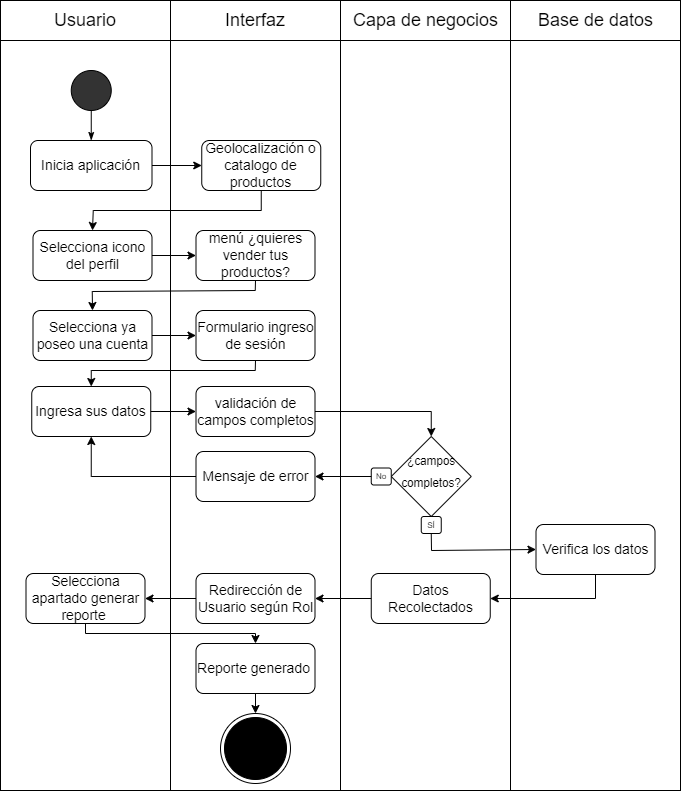
Above: Fase 2/Evidencias Proyecto/Evidencias de documentación/Diagramas/3) Diagrama de Actividad/33) Creacion de reportes inteligentes .png in SoyElMato1/Grupo4-GreenMarket (draw.io), before the change. Source tidied: cells renumbered, new cells last; positions are measured from the earlier drawing's top-left corner, leaving out a move shared by most shapes.
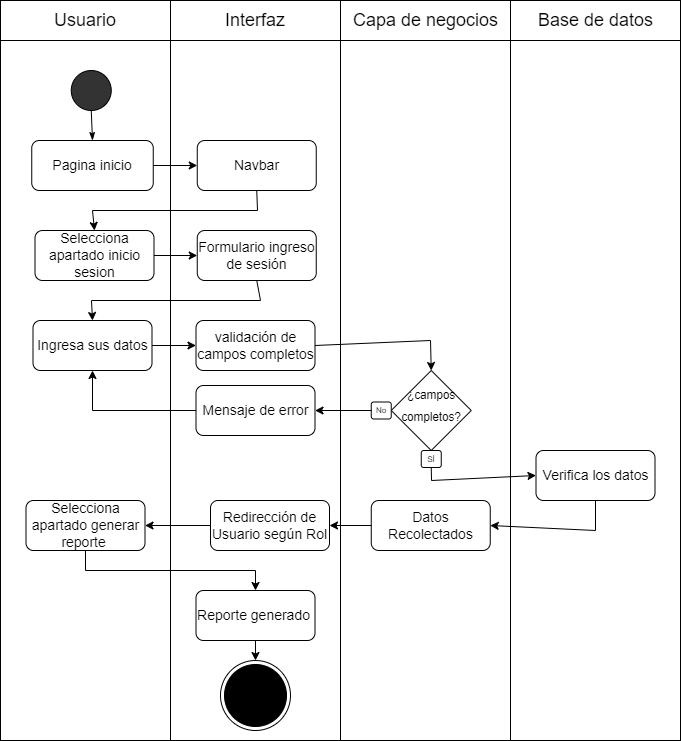
The same file after the commit.

Change to the diagram source:
```diff
@@ -42,68 +42,28 @@
       <mxGeometry x="7.5" y="5" width="155" height="30" as="geometry" />
     </mxCell>
     <mxCell id="15" style="rounded=0;whiteSpace=wrap;html=1;" parent="1" vertex="1">
-      <mxGeometry y="40" width="170" height="750" as="geometry" />
+      <mxGeometry y="40" width="170" height="700" as="geometry" />
     </mxCell>
     <mxCell id="16" style="rounded=0;whiteSpace=wrap;html=1;" parent="1" vertex="1">
-      <mxGeometry x="170" y="40" width="170" height="750" as="geometry" />
+      <mxGeometry x="170" y="40" width="170" height="700" as="geometry" />
     </mxCell>
     <mxCell id="17" style="rounded=0;whiteSpace=wrap;html=1;" parent="1" vertex="1">
-      <mxGeometry x="340" y="40" width="170" height="750" as="geometry" />
+      <mxGeometry x="340" y="40" width="170" height="700" as="geometry" />
     </mxCell>
     <mxCell id="18" style="rounded=0;whiteSpace=wrap;html=1;" parent="1" vertex="1">
-      <mxGeometry x="510" y="40" width="170" height="750" as="geometry" />
+      <mxGeometry x="510" y="40" width="170" height="700" as="geometry" />
     </mxCell>
     <mxCell id="19" style="ellipse;whiteSpace=wrap;html=1;fontSize=18;fillColor=#333333;" parent="1" vertex="1">
       <mxGeometry x="70.8" y="70" width="40" height="40" as="geometry" />
     </mxCell>
-    <mxCell id="20" value="Inicia aplicación" style="rounded=1;whiteSpace=wrap;html=1;fontSize=14;" parent="1" vertex="1">
-      <mxGeometry x="30" y="140" width="121.5" height="50" as="geometry" />
-    </mxCell>
-    <mxCell id="21" style="endArrow=none;html=1;rounded=0;fontSize=18;entryX=0.5;entryY=1;entryDx=0;entryDy=0;exitX=0.5;exitY=0;exitDx=0;exitDy=0;startArrow=classicThin;startFill=1;" parent="1" edge="1" source="20" target="19">
+    <mxCell id="21" style="endArrow=none;html=1;rounded=0;fontSize=18;entryX=0.5;entryY=1;entryDx=0;entryDy=0;exitX=0.5;exitY=0;exitDx=0;exitDy=0;startArrow=classicThin;startFill=1;" parent="1" edge="1" source="56" target="19">
       <mxGeometry relative="1" as="geometry" />
     </mxCell>
-    <mxCell id="22" value="Geolocalización o catalogo de productos" style="rounded=1;whiteSpace=wrap;html=1;fontSize=14;" parent="1" vertex="1">
-      <mxGeometry x="201.2" y="140" width="119" height="50" as="geometry" />
-    </mxCell>
-    <mxCell id="23" style="endArrow=classic;html=1;rounded=0;exitX=1;exitY=0.5;exitDx=0;exitDy=0;entryX=0;entryY=0.5;entryDx=0;entryDy=0;" parent="1" edge="1" source="20" target="22">
-      <mxGeometry relative="1" as="geometry" />
-    </mxCell>
-    <mxCell id="24" value="Selecciona icono del perfil" style="rounded=1;whiteSpace=wrap;html=1;fontSize=14;" parent="1" vertex="1">
-      <mxGeometry x="32.5" y="230" width="119" height="50" as="geometry" />
-    </mxCell>
-    <mxCell id="25" style="endArrow=classic;html=1;rounded=0;entryX=0.5;entryY=0;entryDx=0;entryDy=0;exitX=0.5;exitY=1;exitDx=0;exitDy=0;" parent="1" edge="1" source="22" target="24">
-      <mxGeometry relative="1" as="geometry">
-        <Array as="points">
-          <mxPoint x="260.8" y="210" />
-          <mxPoint x="92.8" y="210" />
-        </Array>
-      </mxGeometry>
-    </mxCell>
-    <mxCell id="26" value="menú ¿quieres vender tus productos?" style="rounded=1;whiteSpace=wrap;html=1;fontSize=14;" parent="1" vertex="1">
-      <mxGeometry x="195.5" y="230" width="119" height="50" as="geometry" />
-    </mxCell>
-    <mxCell id="27" style="endArrow=classic;html=1;rounded=0;exitX=1;exitY=0.5;exitDx=0;exitDy=0;entryX=0;entryY=0.5;entryDx=0;entryDy=0;" parent="1" edge="1" source="24" target="26">
-      <mxGeometry relative="1" as="geometry" />
-    </mxCell>
-    <mxCell id="28" value="Selecciona ya poseo una cuenta" style="rounded=1;whiteSpace=wrap;html=1;fontSize=14;" parent="1" vertex="1">
-      <mxGeometry x="32.5" y="310" width="119" height="50" as="geometry" />
-    </mxCell>
-    <mxCell id="29" style="endArrow=classic;html=1;rounded=0;entryX=0.5;entryY=0;entryDx=0;entryDy=0;exitX=0.5;exitY=1;exitDx=0;exitDy=0;" parent="1" edge="1" source="26" target="28">
-      <mxGeometry relative="1" as="geometry">
-        <Array as="points">
-          <mxPoint x="254.8" y="290" />
-          <mxPoint x="91.8" y="291" />
-        </Array>
-      </mxGeometry>
-    </mxCell>
     <mxCell id="30" value="Formulario ingreso de sesión" style="rounded=1;whiteSpace=wrap;html=1;fontSize=14;" parent="1" vertex="1">
-      <mxGeometry x="195.5" y="310" width="119" height="50" as="geometry" />
+      <mxGeometry x="196.8" y="230" width="119" height="50" as="geometry" />
     </mxCell>
-    <mxCell id="31" style="endArrow=classic;html=1;rounded=0;exitX=1;exitY=0.5;exitDx=0;exitDy=0;entryX=0;entryY=0.5;entryDx=0;entryDy=0;" parent="1" edge="1" source="28" target="30">
-      <mxGeometry relative="1" as="geometry" />
-    </mxCell>
     <mxCell id="32" style="group;" parent="1" vertex="1">
-      <mxGeometry x="370.8" y="436" width="100" height="97" as="geometry" />
+      <mxGeometry x="370.8" y="370" width="100" height="97" as="geometry" />
     </mxCell>
     <mxCell id="33" value="&lt;font style=&quot;line-height: 0; font-size: 14px;&quot;&gt;&lt;sup style=&quot;&quot;&gt;¿campos completos?&lt;/sup&gt;&lt;/font&gt;" style="rhombus;whiteSpace=wrap;html=1;fontSize=18;fillColor=#FFFFFF;align=center;" parent="32" vertex="1">
       <mxGeometry x="20" width="80" height="80" as="geometry" />
@@ -115,33 +75,33 @@
       <mxGeometry x="50" y="80" width="20" height="17" as="geometry" />
     </mxCell>
     <mxCell id="36" value="Verifica los datos" style="rounded=1;whiteSpace=wrap;html=1;fontSize=14;" parent="1" vertex="1">
-      <mxGeometry x="535.5" y="524" width="119" height="50" as="geometry" />
+      <mxGeometry x="535.5" y="450" width="119" height="50" as="geometry" />
     </mxCell>
     <mxCell id="37" value="Mensaje de error" style="rounded=1;whiteSpace=wrap;html=1;fontSize=14;" parent="1" vertex="1">
-      <mxGeometry x="195.5" y="451" width="119" height="50" as="geometry" />
+      <mxGeometry x="195.5" y="385" width="119" height="50" as="geometry" />
     </mxCell>
     <mxCell id="38" style="endArrow=classic;html=1;rounded=0;entryX=1;entryY=0.5;entryDx=0;entryDy=0;exitX=0;exitY=0.5;exitDx=0;exitDy=0;" parent="1" edge="1" source="34" target="37">
       <mxGeometry relative="1" as="geometry" />
     </mxCell>
     <mxCell id="39" value="Redirección de Usuario según Rol" style="rounded=1;whiteSpace=wrap;html=1;fontSize=14;" parent="1" vertex="1">
-      <mxGeometry x="195.5" y="573" width="119" height="50" as="geometry" />
+      <mxGeometry x="210" y="500" width="119" height="50" as="geometry" />
     </mxCell>
     <mxCell id="40" style="ellipse;html=1;shape=endState;fillColor=#000000;strokeColor=#000000;" parent="1" vertex="1">
-      <mxGeometry x="220" y="713" width="70" height="70" as="geometry" />
+      <mxGeometry x="220" y="660" width="70" height="70" as="geometry" />
     </mxCell>
     <mxCell id="41" value="Ingresa sus datos" style="rounded=1;whiteSpace=wrap;html=1;fontSize=14;" parent="1" vertex="1">
-      <mxGeometry x="31.2" y="386" width="119" height="50" as="geometry" />
+      <mxGeometry x="32.5" y="320" width="119" height="50" as="geometry" />
     </mxCell>
     <mxCell id="42" style="endArrow=classic;html=1;rounded=0;exitX=0.5;exitY=1;exitDx=0;exitDy=0;entryX=0.5;entryY=0;entryDx=0;entryDy=0;" parent="1" edge="1" source="30" target="41">
       <mxGeometry relative="1" as="geometry">
         <Array as="points">
-          <mxPoint x="254.8" y="370" />
-          <mxPoint x="90.8" y="370" />
+          <mxPoint x="260" y="300" />
+          <mxPoint x="91" y="300" />
         </Array>
       </mxGeometry>
     </mxCell>
     <mxCell id="43" value="validación de campos completos" style="rounded=1;whiteSpace=wrap;html=1;fontSize=14;" parent="1" vertex="1">
-      <mxGeometry x="195.5" y="386" width="119" height="50" as="geometry" />
+      <mxGeometry x="195.5" y="320" width="119" height="50" as="geometry" />
     </mxCell>
     <mxCell id="44" style="endArrow=classic;html=1;rounded=0;exitX=1;exitY=0.5;exitDx=0;exitDy=0;entryX=0;entryY=0.5;entryDx=0;entryDy=0;" parent="1" edge="1" source="41" target="43">
       <mxGeometry relative="1" as="geometry" />
@@ -149,24 +109,24 @@
     <mxCell id="45" style="endArrow=classic;html=1;rounded=0;exitX=1;exitY=0.5;exitDx=0;exitDy=0;entryX=0.5;entryY=0;entryDx=0;entryDy=0;" parent="1" edge="1" source="43" target="33">
       <mxGeometry relative="1" as="geometry">
         <Array as="points">
-          <mxPoint x="430.8" y="411" />
+          <mxPoint x="430" y="340" />
         </Array>
       </mxGeometry>
     </mxCell>
     <mxCell id="46" style="endArrow=classic;html=1;rounded=0;exitX=0;exitY=0.5;exitDx=0;exitDy=0;entryX=0.5;entryY=1;entryDx=0;entryDy=0;" parent="1" edge="1" source="37" target="41">
       <mxGeometry relative="1" as="geometry">
         <Array as="points">
-          <mxPoint x="90.8" y="476" />
+          <mxPoint x="92" y="410" />
         </Array>
       </mxGeometry>
     </mxCell>
     <mxCell id="47" value="Datos Recolectados" style="rounded=1;whiteSpace=wrap;html=1;fontSize=14;" parent="1" vertex="1">
-      <mxGeometry x="370.8" y="573" width="119" height="50" as="geometry" />
+      <mxGeometry x="370.8" y="500" width="119" height="50" as="geometry" />
     </mxCell>
     <mxCell id="48" style="endArrow=classic;html=1;rounded=0;exitX=0.5;exitY=1;exitDx=0;exitDy=0;entryX=1;entryY=0.5;entryDx=0;entryDy=0;" parent="1" edge="1" source="36" target="47">
       <mxGeometry relative="1" as="geometry">
         <Array as="points">
-          <mxPoint x="595" y="598" />
+          <mxPoint x="595" y="530" />
         </Array>
       </mxGeometry>
     </mxCell>
@@ -176,15 +136,15 @@
     <mxCell id="50" style="endArrow=classic;html=1;rounded=0;exitX=0.5;exitY=1;exitDx=0;exitDy=0;entryX=0;entryY=0.5;entryDx=0;entryDy=0;" parent="1" edge="1" source="35" target="36">
       <mxGeometry relative="1" as="geometry">
         <Array as="points">
-          <mxPoint x="431" y="550" />
+          <mxPoint x="431" y="480" />
         </Array>
       </mxGeometry>
     </mxCell>
     <mxCell id="51" value="Selecciona apartado generar reporte&amp;nbsp;" style="rounded=1;whiteSpace=wrap;html=1;fontSize=14;" parent="1" vertex="1">
-      <mxGeometry x="25.5" y="573" width="119" height="50" as="geometry" />
+      <mxGeometry x="25.5" y="500" width="119" height="50" as="geometry" />
     </mxCell>
     <mxCell id="52" value="Reporte generado&amp;nbsp;" style="rounded=1;whiteSpace=wrap;html=1;fontSize=14;" parent="1" vertex="1">
-      <mxGeometry x="195.5" y="643" width="119" height="50" as="geometry" />
+      <mxGeometry x="195.5" y="590" width="119" height="50" as="geometry" />
     </mxCell>
     <mxCell id="53" style="endArrow=classic;html=1;rounded=0;entryX=1;entryY=0.5;entryDx=0;entryDy=0;exitX=0;exitY=0.5;exitDx=0;exitDy=0;" parent="1" edge="1" source="39" target="51">
       <mxGeometry relative="1" as="geometry" />
@@ -192,13 +152,36 @@
     <mxCell id="54" style="endArrow=classic;html=1;rounded=0;exitX=0.5;exitY=1;exitDx=0;exitDy=0;entryX=0.5;entryY=0;entryDx=0;entryDy=0;" parent="1" edge="1" source="51" target="52">
       <mxGeometry relative="1" as="geometry">
         <Array as="points">
-          <mxPoint x="85" y="633" />
-          <mxPoint x="255" y="633" />
+          <mxPoint x="85" y="570" />
+          <mxPoint x="255" y="570" />
         </Array>
       </mxGeometry>
     </mxCell>
     <mxCell id="55" style="endArrow=classic;html=1;rounded=0;exitX=0.5;exitY=1;exitDx=0;exitDy=0;entryX=0.5;entryY=0;entryDx=0;entryDy=0;" parent="1" edge="1" source="52" target="40">
       <mxGeometry relative="1" as="geometry" />
     </mxCell>
+    <mxCell id="56" value="Pagina inicio" style="rounded=1;whiteSpace=wrap;html=1;fontSize=14;" parent="1" vertex="1">
+      <mxGeometry x="31.2" y="140" width="121.5" height="50" as="geometry" />
+    </mxCell>
+    <mxCell id="57" value="Selecciona apartado inicio sesion" style="rounded=1;whiteSpace=wrap;html=1;fontSize=14;" parent="1" vertex="1">
+      <mxGeometry x="34.5" y="230" width="119" height="50" as="geometry" />
+    </mxCell>
+    <mxCell id="58" value="Navbar" style="rounded=1;whiteSpace=wrap;html=1;fontSize=14;" parent="1" vertex="1">
+      <mxGeometry x="196.8" y="140" width="119" height="50" as="geometry" />
+    </mxCell>
+    <mxCell id="59" style="endArrow=classic;html=1;rounded=0;exitX=0.5;exitY=1;exitDx=0;exitDy=0;entryX=0.5;entryY=0;entryDx=0;entryDy=0;" parent="1" edge="1" source="58" target="57">
+      <mxGeometry relative="1" as="geometry">
+        <Array as="points">
+          <mxPoint x="257" y="210" />
+          <mxPoint x="92" y="210" />
+        </Array>
+      </mxGeometry>
+    </mxCell>
+    <mxCell id="60" style="endArrow=classic;html=1;rounded=0;exitX=1;exitY=0.5;exitDx=0;exitDy=0;entryX=0;entryY=0.5;entryDx=0;entryDy=0;" parent="1" edge="1" source="57" target="30">
+      <mxGeometry relative="1" as="geometry" />
+    </mxCell>
+    <mxCell id="61" style="endArrow=classic;html=1;rounded=0;exitX=1;exitY=0.5;exitDx=0;exitDy=0;entryX=0;entryY=0.5;entryDx=0;entryDy=0;" parent="1" edge="1" source="56" target="58">
+      <mxGeometry relative="1" as="geometry" />
+    </mxCell>
   </root>
 </mxGraphModel>
```
